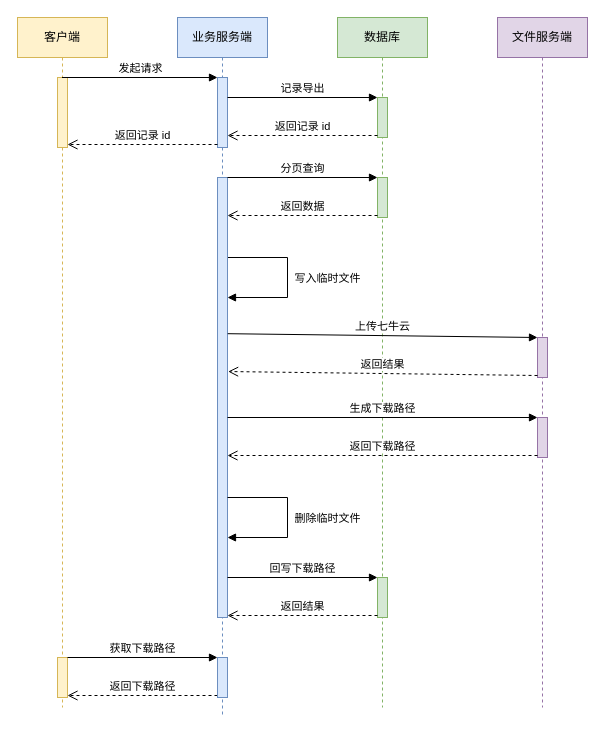
Earlier version of the draw.io diagram 百万级别的数据导出/百万级别的数据导出.drawio (zero-97/picture-of-the-article). Source tidied: cells renumbered, new cells numbered last; positions are measured from the earlier drawing's top-left corner, leaving out a move shared by most shapes. Both pictures are drawn from the tidied source at 100%, with x=0, y=0 at pixel (17, 17).
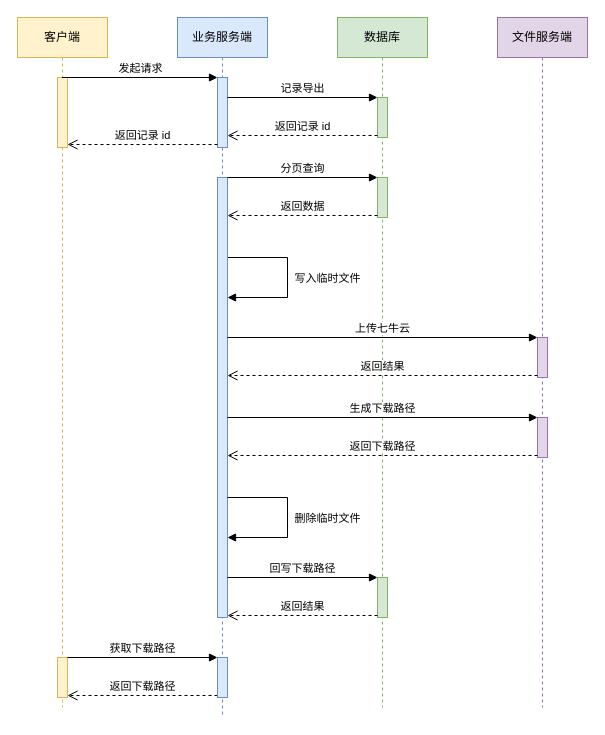
After the change.

Commit message:
Update 百万级别的数据导出.drawio

The change refers to these unchanged cells:
```xml
<mxCell id="10" style="html=1;points=[];perimeter=orthogonalPerimeter;fillColor=#dae8fc;strokeColor=#6c8ebf;" parent="5" vertex="1">
  <mxGeometry x="40" y="160" width="10" height="440" as="geometry" />
</mxCell>
<mxCell id="18" style="html=1;points=[];perimeter=orthogonalPerimeter;fillColor=#e1d5e7;strokeColor=#9673a6;" parent="17" vertex="1">
  <mxGeometry x="40" y="320" width="10" height="40" as="geometry" />
</mxCell>
```

Change to the diagram source:
```diff
@@
-    <mxCell id="28" value="上传七牛云" style="html=1;verticalAlign=bottom;endArrow=block;entryX=0;entryY=0;rounded=0;exitX=1.022;exitY=0.355;exitDx=0;exitDy=0;exitPerimeter=0;" parent="1" edge="1" source="10" target="18">
+    <mxCell id="28" value="上传七牛云" style="html=1;verticalAlign=bottom;endArrow=block;entryX=0;entryY=0;rounded=0;" parent="1" edge="1" source="10" target="18">
       <mxGeometry relative="1" as="geometry" />
     </mxCell>
-    <mxCell id="29" value="返回结果" style="html=1;verticalAlign=bottom;endArrow=open;dashed=1;endSize=8;exitX=0;exitY=0.95;rounded=0;entryX=1.062;entryY=0.441;entryDx=0;entryDy=0;entryPerimeter=0;" parent="1" edge="1" source="18" target="10">
+    <mxCell id="29" value="返回结果" style="html=1;verticalAlign=bottom;endArrow=open;dashed=1;endSize=8;exitX=0;exitY=0.95;rounded=0;entryX=1;entryY=0.45;entryDx=0;entryDy=0;entryPerimeter=0;" parent="1" edge="1" source="18" target="10">
       <mxGeometry relative="1" as="geometry" />
     </mxCell>
```
